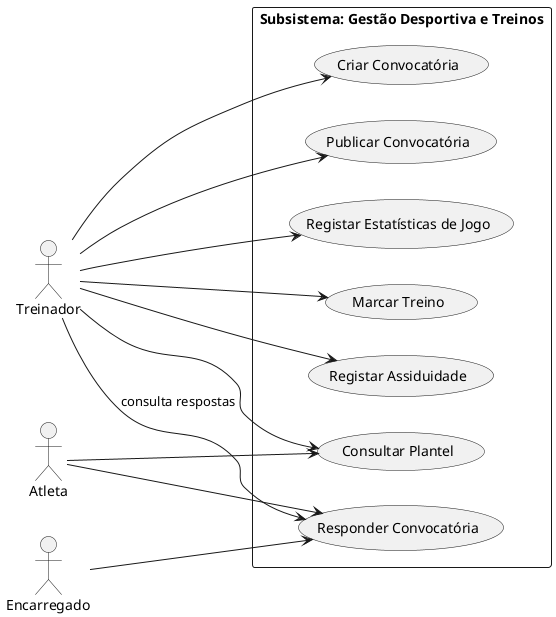
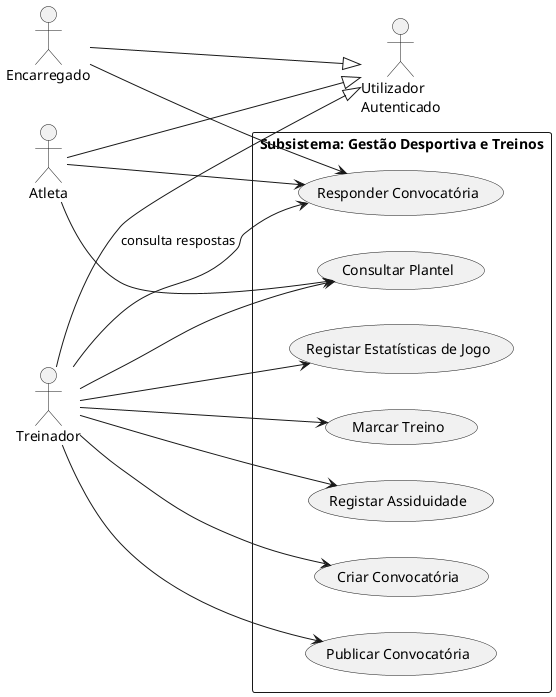
@startuml

left to right direction

+ actor "Utilizador\nAutenticado" as User
+ actor "Atleta" as Athlete
+ actor "Encarregado" as Parent
actor "Treinador" as Coach
- actor "Encarregado" as Parent
- actor "Atleta" as Athlete
+ 
+ Athlete --|> User
+ Parent --|> User
+ Coach --|> User

rectangle "Subsistema: Gestão Desportiva e Treinos" {
    usecase "Consultar Plantel" as UC_ManageSquad
    usecase "Marcar Treino" as UC_ScheduleTraining
    usecase "Registar Assiduidade" as UC_TrackAttendance
    usecase "Criar Convocatória" as UC_CreateCallout
    usecase "Publicar Convocatória" as UC_PublishCallout
    usecase "Responder Convocatória" as UC_RespondCallout
    usecase "Registar Estatísticas de Jogo" as UC_LogGameStats
}

Coach --> UC_ManageSquad
Coach --> UC_ScheduleTraining
Coach --> UC_TrackAttendance
Coach --> UC_CreateCallout
Coach --> UC_PublishCallout
Coach --> UC_LogGameStats

Athlete --> UC_RespondCallout
Parent --> UC_RespondCallout

Athlete --> UC_ManageSquad
Coach --> UC_RespondCallout : consulta respostas

@enduml
